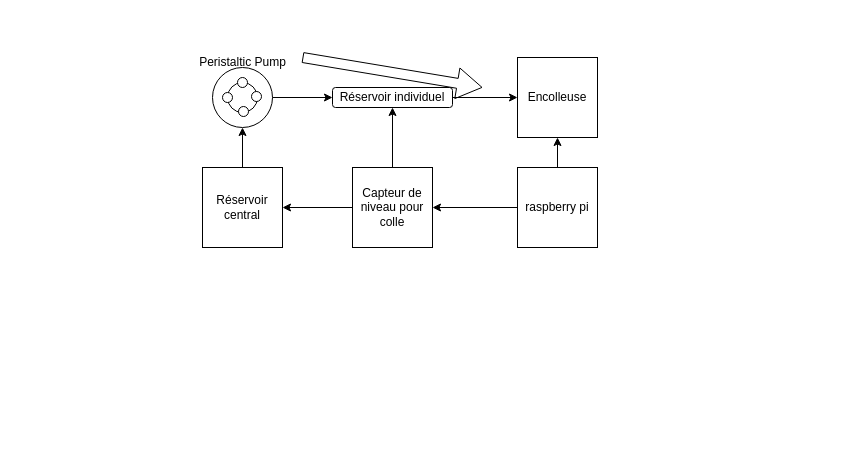
Above: PDCA4 (Analyse fonctionnelle)/Schema_technique.drawio in CharifMah/Systemes_automatises (draw.io), before the change. Source tidied: cells renumbered, new cells numbered last; positions are measured from the earlier drawing's top-left corner, leaving out a move shared by most shapes. Both pictures are drawn from the tidied source at 100%, with x=0, y=0 at pixel (187, 47).
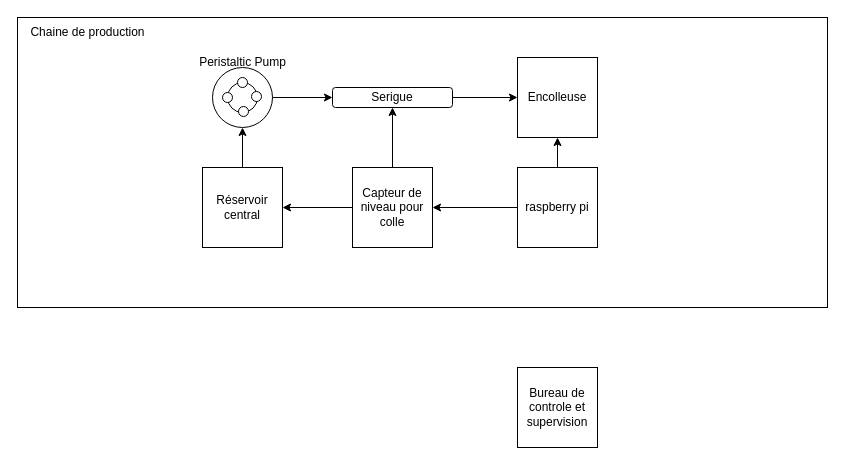
The same page after the edit.

Change to the diagram source:
```diff
@@
+    <mxCell id="23" style="group;" parent="1" vertex="1">
+      <mxGeometry x="-170" y="-30" width="810" height="290" as="geometry" />
+    </mxCell>
+    <mxCell id="24" style="group;" parent="23" vertex="1">
+      <mxGeometry width="810" height="290" as="geometry" />
+    </mxCell>
+    <mxCell id="25" style="rounded=0;whiteSpace=wrap;html=1;" parent="24" vertex="1">
+      <mxGeometry width="810" height="290" as="geometry" />
+    </mxCell>
+    <mxCell id="26" value="Chaine de production" style="text;html=1;align=center;verticalAlign=middle;strokeColor=none;fillColor=none;" parent="24" vertex="1">
+      <mxGeometry width="140" height="30" as="geometry" />
+    </mxCell>
@@
-    <mxCell id="20" value="Réservoir individuel" style="rounded=1;whiteSpace=wrap;html=1;" parent="1" vertex="1">
+    <mxCell id="20" value="Serigue" style="rounded=1;whiteSpace=wrap;html=1;" parent="1" vertex="1">
       <mxGeometry x="145" y="40" width="120" height="20" as="geometry" />
     </mxCell>
@@
-    <mxCell id="22" style="shape=flexArrow;endArrow=classic;html=1;rounded=0;fontSize=12;startSize=8;endSize=8;curved=1;" parent="1" edge="1">
-      <mxGeometry relative="1" as="geometry">
-        <mxPoint x="115" y="10" as="sourcePoint" />
-        <mxPoint x="295" y="40" as="targetPoint" />
-      </mxGeometry>
-    </mxCell>
+    <mxCell id="27" value="Bureau de controle et supervision" style="whiteSpace=wrap;html=1;" parent="1" vertex="1">
+      <mxGeometry x="330" y="320" width="80" height="80" as="geometry" />
+    </mxCell>
```
